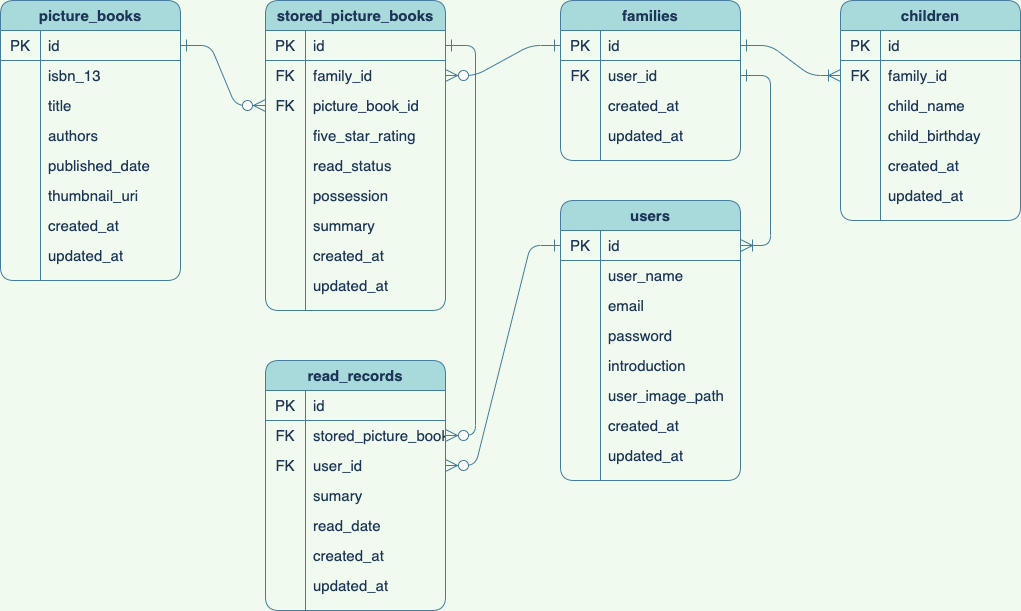
The draw.io diagram erd.png in ryamate/Yonde, before a commit. Source tidied: cells renumbered, new cells last; positions are measured from the earlier drawing's top-left corner, leaving out a move shared by most shapes.
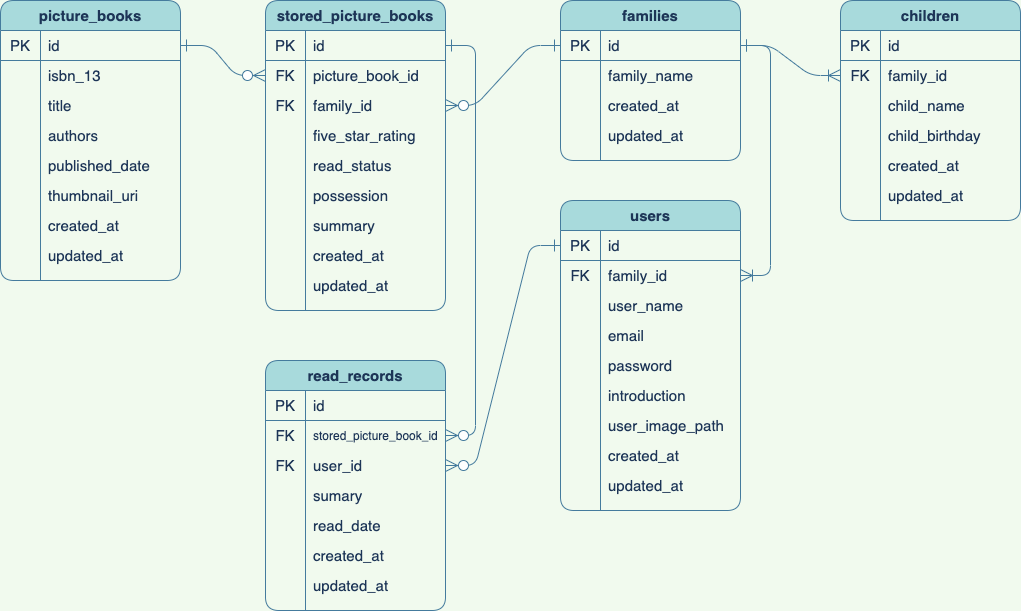
The same diagram one commit later.

The edit, as a diff of the source:
```diff
@@ -81,7 +81,7 @@
       <mxGeometry relative="1" as="geometry" />
     </mxCell>
     <mxCell id="28" value="users" style="shape=table;html=1;whiteSpace=wrap;startSize=30;rowLines=0;fontStyle=1;align=center;fontSize=15;rounded=1;fillColor=#A8DADC;strokeColor=#457B9D;fontColor=#1D3557;" parent="1" vertex="1">
-      <mxGeometry x="560" y="200" width="180" height="280" as="geometry" />
+      <mxGeometry x="560" y="200" width="180" height="310" as="geometry" />
     </mxCell>
     <mxCell id="29" style="shape=partialRectangle;html=1;whiteSpace=wrap;fillColor=none;top=0;left=0;bottom=1;right=0;points=[[0,0.5],[1,0.5]];portConstraint=eastwest;fontSize=15;rounded=1;strokeColor=#457B9D;fontColor=#1D3557;" parent="28" vertex="1">
       <mxGeometry y="30" width="180" height="30" as="geometry" />
@@ -95,14 +95,23 @@
     <mxCell id="32" style="shape=partialRectangle;html=1;whiteSpace=wrap;fillColor=none;top=0;left=0;bottom=0;right=0;points=[[0,0.5],[1,0.5]];portConstraint=eastwest;fontSize=15;rounded=1;strokeColor=#457B9D;fontColor=#1D3557;" parent="28" vertex="1">
       <mxGeometry y="60" width="180" height="30" as="geometry" />
     </mxCell>
-    <mxCell id="33" style="shape=partialRectangle;html=1;whiteSpace=wrap;fillColor=none;top=0;left=0;bottom=0;right=0;overflow=hidden;fontSize=15;rounded=1;strokeColor=#457B9D;fontColor=#1D3557;" parent="32" vertex="1">
+    <mxCell id="33" value="FK" style="shape=partialRectangle;html=1;whiteSpace=wrap;fillColor=none;top=0;left=0;bottom=0;right=0;overflow=hidden;fontSize=15;rounded=1;strokeColor=#457B9D;fontColor=#1D3557;" parent="32" vertex="1">
       <mxGeometry width="40" height="30" as="geometry" />
     </mxCell>
-    <mxCell id="34" value="user_name" style="shape=partialRectangle;html=1;whiteSpace=wrap;fillColor=none;top=0;left=0;bottom=0;right=0;align=left;spacingLeft=6;overflow=hidden;fontSize=15;rounded=1;strokeColor=#457B9D;fontColor=#1D3557;" parent="32" vertex="1">
+    <mxCell id="34" value="family_id" style="shape=partialRectangle;html=1;whiteSpace=wrap;fillColor=none;top=0;left=0;bottom=0;right=0;align=left;spacingLeft=6;overflow=hidden;fontSize=15;rounded=1;strokeColor=#457B9D;fontColor=#1D3557;" parent="32" vertex="1">
       <mxGeometry x="40" width="140" height="30" as="geometry" />
     </mxCell>
+    <mxCell id="140" style="shape=partialRectangle;html=1;whiteSpace=wrap;fillColor=none;top=0;left=0;bottom=0;right=0;fontSize=15;rounded=1;strokeColor=#457B9D;fontColor=#1D3557;" parent="28" vertex="1">
+      <mxGeometry y="90" width="180" height="30" as="geometry" />
+    </mxCell>
+    <mxCell id="141" style="shape=partialRectangle;html=1;whiteSpace=wrap;fillColor=none;top=0;left=0;bottom=0;right=0;overflow=hidden;fontSize=15;rounded=1;strokeColor=#457B9D;fontColor=#1D3557;" parent="140" vertex="1">
+      <mxGeometry width="40" height="30" as="geometry" />
+    </mxCell>
+    <mxCell id="142" value="&lt;span&gt;user_name&lt;/span&gt;" style="shape=partialRectangle;html=1;whiteSpace=wrap;fillColor=none;top=0;left=0;bottom=0;right=0;align=left;spacingLeft=6;overflow=hidden;fontSize=15;rounded=1;strokeColor=#457B9D;fontColor=#1D3557;" parent="140" vertex="1">
+      <mxGeometry x="40" width="140" height="30" as="geometry" />
+    </mxCell>
     <mxCell id="35" style="shape=partialRectangle;html=1;whiteSpace=wrap;fillColor=none;top=0;left=0;bottom=0;right=0;fontSize=15;rounded=1;strokeColor=#457B9D;fontColor=#1D3557;" parent="28" vertex="1">
-      <mxGeometry y="90" width="180" height="30" as="geometry" />
+      <mxGeometry y="120" width="180" height="30" as="geometry" />
     </mxCell>
     <mxCell id="36" style="shape=partialRectangle;html=1;whiteSpace=wrap;fillColor=none;top=0;left=0;bottom=0;right=0;overflow=hidden;fontSize=15;rounded=1;strokeColor=#457B9D;fontColor=#1D3557;" parent="35" vertex="1">
       <mxGeometry width="40" height="30" as="geometry" />
@@ -111,7 +120,7 @@
       <mxGeometry x="40" width="140" height="30" as="geometry" />
     </mxCell>
     <mxCell id="38" style="shape=partialRectangle;html=1;whiteSpace=wrap;fillColor=none;top=0;left=0;bottom=0;right=0;fontSize=15;rounded=1;strokeColor=#457B9D;fontColor=#1D3557;" parent="28" vertex="1">
-      <mxGeometry y="120" width="180" height="30" as="geometry" />
+      <mxGeometry y="150" width="180" height="30" as="geometry" />
     </mxCell>
     <mxCell id="39" style="shape=partialRectangle;html=1;whiteSpace=wrap;fillColor=none;top=0;left=0;bottom=0;right=0;overflow=hidden;fontSize=15;rounded=1;strokeColor=#457B9D;fontColor=#1D3557;" parent="38" vertex="1">
       <mxGeometry width="40" height="30" as="geometry" />
@@ -120,7 +129,7 @@
       <mxGeometry x="40" width="140" height="30" as="geometry" />
     </mxCell>
     <mxCell id="41" style="shape=partialRectangle;html=1;whiteSpace=wrap;fillColor=none;top=0;left=0;bottom=0;right=0;fontSize=15;rounded=1;strokeColor=#457B9D;fontColor=#1D3557;" parent="28" vertex="1">
-      <mxGeometry y="150" width="180" height="30" as="geometry" />
+      <mxGeometry y="180" width="180" height="30" as="geometry" />
     </mxCell>
     <mxCell id="42" style="shape=partialRectangle;html=1;whiteSpace=wrap;fillColor=none;top=0;left=0;bottom=0;right=0;overflow=hidden;fontSize=15;rounded=1;strokeColor=#457B9D;fontColor=#1D3557;" parent="41" vertex="1">
       <mxGeometry width="40" height="30" as="geometry" />
@@ -129,7 +138,7 @@
       <mxGeometry x="40" width="140" height="30" as="geometry" />
     </mxCell>
     <mxCell id="44" style="shape=partialRectangle;html=1;whiteSpace=wrap;fillColor=none;top=0;left=0;bottom=0;right=0;fontSize=15;rounded=1;strokeColor=#457B9D;fontColor=#1D3557;" parent="28" vertex="1">
-      <mxGeometry y="180" width="180" height="30" as="geometry" />
+      <mxGeometry y="210" width="180" height="30" as="geometry" />
     </mxCell>
     <mxCell id="45" style="shape=partialRectangle;html=1;whiteSpace=wrap;fillColor=none;top=0;left=0;bottom=0;right=0;overflow=hidden;fontSize=15;rounded=1;strokeColor=#457B9D;fontColor=#1D3557;" parent="44" vertex="1">
       <mxGeometry width="40" height="30" as="geometry" />
@@ -138,7 +147,7 @@
       <mxGeometry x="40" width="140" height="30" as="geometry" />
     </mxCell>
     <mxCell id="47" style="shape=partialRectangle;html=1;whiteSpace=wrap;fillColor=none;top=0;left=0;bottom=0;right=0;fontSize=15;rounded=1;strokeColor=#457B9D;fontColor=#1D3557;" parent="28" vertex="1">
-      <mxGeometry y="210" width="180" height="30" as="geometry" />
+      <mxGeometry y="240" width="180" height="30" as="geometry" />
     </mxCell>
     <mxCell id="48" style="shape=partialRectangle;html=1;whiteSpace=wrap;fillColor=none;top=0;left=0;bottom=0;right=0;overflow=hidden;fontSize=15;rounded=1;strokeColor=#457B9D;fontColor=#1D3557;" parent="47" vertex="1">
       <mxGeometry width="40" height="30" as="geometry" />
@@ -147,7 +156,7 @@
       <mxGeometry x="40" width="140" height="30" as="geometry" />
     </mxCell>
     <mxCell id="50" style="shape=partialRectangle;html=1;whiteSpace=wrap;fillColor=none;top=0;left=0;bottom=0;right=0;fontSize=15;rounded=1;strokeColor=#457B9D;fontColor=#1D3557;" parent="28" vertex="1">
-      <mxGeometry y="240" width="180" height="30" as="geometry" />
+      <mxGeometry y="270" width="180" height="30" as="geometry" />
     </mxCell>
     <mxCell id="51" style="shape=partialRectangle;html=1;whiteSpace=wrap;fillColor=none;top=0;left=0;bottom=0;right=0;overflow=hidden;fontSize=15;rounded=1;strokeColor=#457B9D;fontColor=#1D3557;" parent="50" vertex="1">
       <mxGeometry width="40" height="30" as="geometry" />
@@ -167,8 +176,17 @@
     <mxCell id="56" value="id" style="shape=partialRectangle;html=1;whiteSpace=wrap;fillColor=none;top=0;left=0;bottom=0;right=0;align=left;spacingLeft=6;overflow=hidden;fontSize=15;rounded=1;strokeColor=#457B9D;fontColor=#1D3557;" parent="54" vertex="1">
       <mxGeometry x="40" width="140" height="30" as="geometry" />
     </mxCell>
+    <mxCell id="60" style="shape=partialRectangle;html=1;whiteSpace=wrap;fillColor=none;top=0;left=0;bottom=0;right=0;points=[[0,0.5],[1,0.5]];portConstraint=eastwest;fontSize=15;rounded=1;strokeColor=#457B9D;fontColor=#1D3557;" parent="53" vertex="1">
+      <mxGeometry y="60" width="180" height="30" as="geometry" />
+    </mxCell>
+    <mxCell id="61" value="FK" style="shape=partialRectangle;html=1;whiteSpace=wrap;fillColor=none;top=0;left=0;bottom=0;right=0;overflow=hidden;fontSize=15;rounded=1;strokeColor=#457B9D;fontColor=#1D3557;" parent="60" vertex="1">
+      <mxGeometry width="40" height="30" as="geometry" />
+    </mxCell>
+    <mxCell id="62" value="&lt;meta charset=&quot;utf-8&quot; style=&quot;font-size: 15px;&quot;&gt;picture_book_id" style="shape=partialRectangle;html=1;whiteSpace=wrap;fillColor=none;top=0;left=0;bottom=0;right=0;align=left;spacingLeft=6;overflow=hidden;fontSize=15;rounded=1;strokeColor=#457B9D;fontColor=#1D3557;" parent="60" vertex="1">
+      <mxGeometry x="40" width="140" height="30" as="geometry" />
+    </mxCell>
     <mxCell id="57" style="shape=partialRectangle;html=1;whiteSpace=wrap;fillColor=none;top=0;left=0;bottom=0;right=0;points=[[0,0.5],[1,0.5]];portConstraint=eastwest;fontSize=15;rounded=1;strokeColor=#457B9D;fontColor=#1D3557;" parent="53" vertex="1">
-      <mxGeometry y="60" width="180" height="30" as="geometry" />
+      <mxGeometry y="90" width="180" height="30" as="geometry" />
     </mxCell>
     <mxCell id="58" value="FK" style="shape=partialRectangle;html=1;whiteSpace=wrap;fillColor=none;top=0;left=0;bottom=0;right=0;overflow=hidden;fontSize=15;rounded=1;strokeColor=#457B9D;fontColor=#1D3557;" parent="57" vertex="1">
       <mxGeometry width="40" height="30" as="geometry" />
@@ -176,15 +194,6 @@
     <mxCell id="59" value="family_id" style="shape=partialRectangle;html=1;whiteSpace=wrap;fillColor=none;top=0;left=0;bottom=0;right=0;align=left;spacingLeft=6;overflow=hidden;fontSize=15;rounded=1;strokeColor=#457B9D;fontColor=#1D3557;" parent="57" vertex="1">
       <mxGeometry x="40" width="140" height="30" as="geometry" />
     </mxCell>
-    <mxCell id="60" style="shape=partialRectangle;html=1;whiteSpace=wrap;fillColor=none;top=0;left=0;bottom=0;right=0;points=[[0,0.5],[1,0.5]];portConstraint=eastwest;fontSize=15;rounded=1;strokeColor=#457B9D;fontColor=#1D3557;" parent="53" vertex="1">
-      <mxGeometry y="90" width="180" height="30" as="geometry" />
-    </mxCell>
-    <mxCell id="61" value="FK" style="shape=partialRectangle;html=1;whiteSpace=wrap;fillColor=none;top=0;left=0;bottom=0;right=0;overflow=hidden;fontSize=15;rounded=1;strokeColor=#457B9D;fontColor=#1D3557;" parent="60" vertex="1">
-      <mxGeometry width="40" height="30" as="geometry" />
-    </mxCell>
-    <mxCell id="62" value="&lt;meta charset=&quot;utf-8&quot; style=&quot;font-size: 15px;&quot;&gt;picture_book_id" style="shape=partialRectangle;html=1;whiteSpace=wrap;fillColor=none;top=0;left=0;bottom=0;right=0;align=left;spacingLeft=6;overflow=hidden;fontSize=15;rounded=1;strokeColor=#457B9D;fontColor=#1D3557;" parent="60" vertex="1">
-      <mxGeometry x="40" width="140" height="30" as="geometry" />
-    </mxCell>
     <mxCell id="63" style="shape=partialRectangle;html=1;whiteSpace=wrap;fillColor=none;top=0;left=0;bottom=0;right=0;fontSize=15;rounded=1;strokeColor=#457B9D;fontColor=#1D3557;" parent="53" vertex="1">
       <mxGeometry y="120" width="180" height="30" as="geometry" />
     </mxCell>
@@ -263,10 +272,10 @@
     <mxCell id="88" style="shape=partialRectangle;html=1;whiteSpace=wrap;fillColor=none;top=0;left=0;bottom=0;right=0;points=[[0,0.5],[1,0.5]];portConstraint=eastwest;fontSize=15;rounded=1;strokeColor=#457B9D;fontColor=#1D3557;" parent="84" vertex="1">
       <mxGeometry y="60" width="180" height="30" as="geometry" />
     </mxCell>
-    <mxCell id="89" value="FK" style="shape=partialRectangle;html=1;whiteSpace=wrap;fillColor=none;top=0;left=0;bottom=0;right=0;overflow=hidden;fontSize=15;rounded=1;strokeColor=#457B9D;fontColor=#1D3557;" parent="88" vertex="1">
+    <mxCell id="89" style="shape=partialRectangle;html=1;whiteSpace=wrap;fillColor=none;top=0;left=0;bottom=0;right=0;overflow=hidden;fontSize=15;rounded=1;strokeColor=#457B9D;fontColor=#1D3557;" parent="88" vertex="1">
       <mxGeometry width="40" height="30" as="geometry" />
     </mxCell>
-    <mxCell id="90" value="&lt;meta charset=&quot;utf-8&quot; style=&quot;font-size: 15px;&quot;&gt;user_id" style="shape=partialRectangle;html=1;whiteSpace=wrap;fillColor=none;top=0;left=0;bottom=0;right=0;align=left;spacingLeft=6;overflow=hidden;fontSize=15;rounded=1;strokeColor=#457B9D;fontColor=#1D3557;" parent="88" vertex="1">
+    <mxCell id="90" value="family_name" style="shape=partialRectangle;html=1;whiteSpace=wrap;fillColor=none;top=0;left=0;bottom=0;right=0;align=left;spacingLeft=6;overflow=hidden;fontSize=15;rounded=1;strokeColor=#457B9D;fontColor=#1D3557;" parent="88" vertex="1">
       <mxGeometry x="40" width="140" height="30" as="geometry" />
     </mxCell>
     <mxCell id="91" style="shape=partialRectangle;html=1;whiteSpace=wrap;fillColor=none;top=0;left=0;bottom=0;right=0;fontSize=15;rounded=1;strokeColor=#457B9D;fontColor=#1D3557;" parent="84" vertex="1">
@@ -287,7 +296,7 @@
     <mxCell id="96" value="updated_at" style="shape=partialRectangle;html=1;whiteSpace=wrap;fillColor=none;top=0;left=0;bottom=0;right=0;align=left;spacingLeft=6;overflow=hidden;fontSize=15;rounded=1;strokeColor=#457B9D;fontColor=#1D3557;" parent="94" vertex="1">
       <mxGeometry x="40" width="140" height="30" as="geometry" />
     </mxCell>
-    <mxCell id="97" style="edgeStyle=entityRelationEdgeStyle;jettySize=auto;html=1;startArrow=ERone;startFill=0;endArrow=ERoneToMany;endFill=0;entryX=1;entryY=0.5;entryDx=0;entryDy=0;exitX=1;exitY=0.5;exitDx=0;exitDy=0;fontSize=15;endSize=10;startSize=10;strokeColor=#457B9D;fontColor=#1D3557;labelBackgroundColor=#F1FAEE;" parent="1" edge="1" source="88" target="29">
+    <mxCell id="97" style="edgeStyle=entityRelationEdgeStyle;jettySize=auto;html=1;startArrow=ERone;startFill=0;endArrow=ERoneToMany;endFill=0;entryX=1;entryY=0.5;entryDx=0;entryDy=0;exitX=1;exitY=0.5;exitDx=0;exitDy=0;fontSize=15;endSize=10;startSize=10;strokeColor=#457B9D;fontColor=#1D3557;labelBackgroundColor=#F1FAEE;" parent="1" edge="1" source="85" target="32">
       <mxGeometry relative="1" as="geometry" />
     </mxCell>
     <mxCell id="98" value="children" style="shape=table;html=1;whiteSpace=wrap;startSize=30;rowLines=0;fontStyle=1;align=center;fontSize=15;rounded=1;fillColor=#A8DADC;strokeColor=#457B9D;fontColor=#1D3557;" parent="1" vertex="1">
@@ -365,7 +374,7 @@
     <mxCell id="122" value="FK" style="shape=partialRectangle;html=1;whiteSpace=wrap;fillColor=none;top=0;left=0;bottom=0;right=0;overflow=hidden;fontSize=15;rounded=1;strokeColor=#457B9D;fontColor=#1D3557;" parent="121" vertex="1">
       <mxGeometry width="40" height="30" as="geometry" />
     </mxCell>
-    <mxCell id="123" value="stored_picture_book&lt;span style=&quot;font-weight: 600; font-size: 15px;&quot;&gt;_&lt;/span&gt;&lt;span style=&quot;font-size: 15px;&quot;&gt;id&lt;/span&gt;" style="shape=partialRectangle;html=1;whiteSpace=wrap;fillColor=none;top=0;left=0;bottom=0;right=0;align=left;spacingLeft=6;overflow=hidden;fontSize=15;rounded=1;strokeColor=#457B9D;fontColor=#1D3557;" parent="121" vertex="1">
+    <mxCell id="123" value="stored_picture_book&lt;span style=&quot;font-weight: 600; font-size: 12px;&quot;&gt;_&lt;/span&gt;&lt;span style=&quot;font-size: 12px;&quot;&gt;id&lt;/span&gt;" style="shape=partialRectangle;html=1;whiteSpace=wrap;fillColor=none;top=0;left=0;bottom=0;right=0;align=left;spacingLeft=6;overflow=hidden;fontSize=12;rounded=1;strokeColor=#457B9D;fontColor=#1D3557;" parent="121" vertex="1">
       <mxGeometry x="40" width="140" height="30" as="geometry" />
     </mxCell>
     <mxCell id="124" style="shape=partialRectangle;html=1;whiteSpace=wrap;fillColor=none;top=0;left=0;bottom=0;right=0;points=[[0,0.5],[1,0.5]];portConstraint=eastwest;fontSize=15;rounded=1;strokeColor=#457B9D;fontColor=#1D3557;" parent="117" vertex="1">
```
